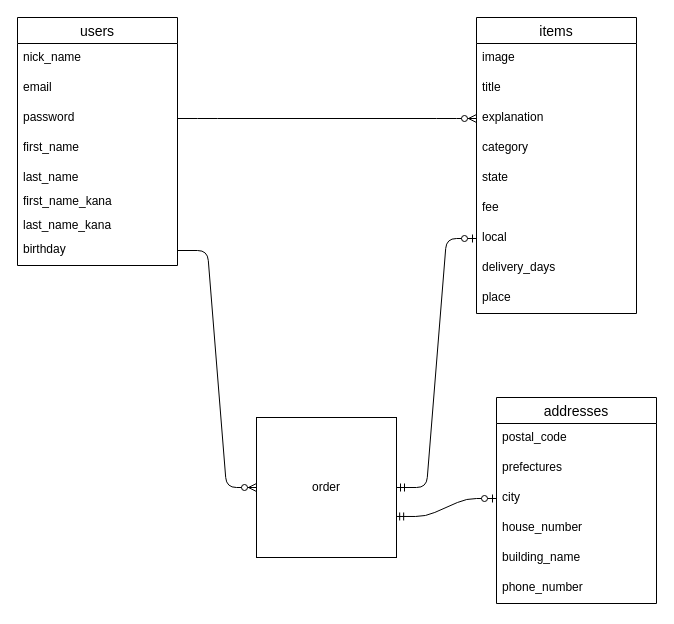
Earlier version of the draw.io diagram app/views/model.dio (yoshihiro-imai/furima-32291). Source tidied: cells renumbered, new cells numbered last; positions are measured from the earlier drawing's top-left corner, leaving out a move shared by most shapes. Both pictures are drawn from the tidied source at 100%, with x=0, y=0 at pixel (17, 17).
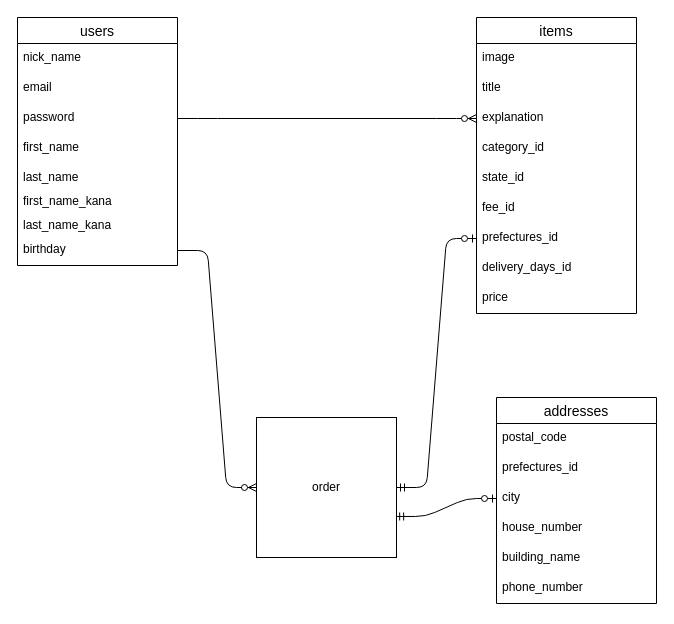
The same diagram, later.

The change refers to these unchanged cells:
```xml
<mxCell id="11" value="items" style="swimlane;fontStyle=0;horizontal=1;startSize=26;align=center;fontSize=14;" parent="1" vertex="1">
  <mxGeometry x="459" width="160" height="296" as="geometry" />
</mxCell>
<mxCell id="24" value="addresses" style="swimlane;fontStyle=0;horizontal=1;startSize=26;align=center;fontSize=14;" parent="1" vertex="1">
  <mxGeometry x="479" y="380" width="160" height="206" as="geometry" />
</mxCell>
```

The edit, as a diff of the source:
```diff
@@
-    <mxCell id="15" value="category" style="text;strokeColor=none;fillColor=none;spacingLeft=4;spacingRight=4;overflow=hidden;fontSize=12;" parent="11" vertex="1">
+    <mxCell id="15" value="category_id" style="text;strokeColor=none;fillColor=none;spacingLeft=4;spacingRight=4;overflow=hidden;fontSize=12;" parent="11" vertex="1">
       <mxGeometry y="116" width="160" height="30" as="geometry" />
     </mxCell>
-    <mxCell id="16" value="state" style="text;strokeColor=none;fillColor=none;spacingLeft=4;spacingRight=4;overflow=hidden;fontSize=12;" parent="11" vertex="1">
+    <mxCell id="16" value="state_id" style="text;strokeColor=none;fillColor=none;spacingLeft=4;spacingRight=4;overflow=hidden;fontSize=12;" parent="11" vertex="1">
       <mxGeometry y="146" width="160" height="30" as="geometry" />
     </mxCell>
-    <mxCell id="17" value="fee" style="text;strokeColor=none;fillColor=none;spacingLeft=4;spacingRight=4;overflow=hidden;fontSize=12;" parent="11" vertex="1">
+    <mxCell id="17" value="fee_id" style="text;strokeColor=none;fillColor=none;spacingLeft=4;spacingRight=4;overflow=hidden;fontSize=12;" parent="11" vertex="1">
       <mxGeometry y="176" width="160" height="30" as="geometry" />
     </mxCell>
-    <mxCell id="18" value="local" style="text;strokeColor=none;fillColor=none;spacingLeft=4;spacingRight=4;overflow=hidden;points=[[0,0.5],[1,0.5]];portConstraint=eastwest;fontSize=12;" parent="11" vertex="1">
+    <mxCell id="18" value="prefectures_id" style="text;strokeColor=none;fillColor=none;spacingLeft=4;spacingRight=4;overflow=hidden;points=[[0,0.5],[1,0.5]];portConstraint=eastwest;fontSize=12;" parent="11" vertex="1">
       <mxGeometry y="206" width="160" height="30" as="geometry" />
     </mxCell>
-    <mxCell id="19" value="delivery_days" style="text;strokeColor=none;fillColor=none;spacingLeft=4;spacingRight=4;overflow=hidden;fontSize=12;" parent="11" vertex="1">
+    <mxCell id="19" value="delivery_days_id" style="text;strokeColor=none;fillColor=none;spacingLeft=4;spacingRight=4;overflow=hidden;fontSize=12;" parent="11" vertex="1">
       <mxGeometry y="236" width="160" height="30" as="geometry" />
     </mxCell>
-    <mxCell id="20" value="place" style="text;strokeColor=none;fillColor=none;spacingLeft=4;spacingRight=4;overflow=hidden;fontSize=12;" parent="11" vertex="1">
+    <mxCell id="20" value="price" style="text;strokeColor=none;fillColor=none;spacingLeft=4;spacingRight=4;overflow=hidden;fontSize=12;" parent="11" vertex="1">
       <mxGeometry y="266" width="160" height="30" as="geometry" />
     </mxCell>
@@
-    <mxCell id="26" value="prefectures" style="text;strokeColor=none;fillColor=none;spacingLeft=4;spacingRight=4;overflow=hidden;fontSize=12;" parent="24" vertex="1">
+    <mxCell id="26" value="prefectures_id" style="text;strokeColor=none;fillColor=none;spacingLeft=4;spacingRight=4;overflow=hidden;fontSize=12;" parent="24" vertex="1">
       <mxGeometry y="56" width="160" height="30" as="geometry" />
     </mxCell>
```
